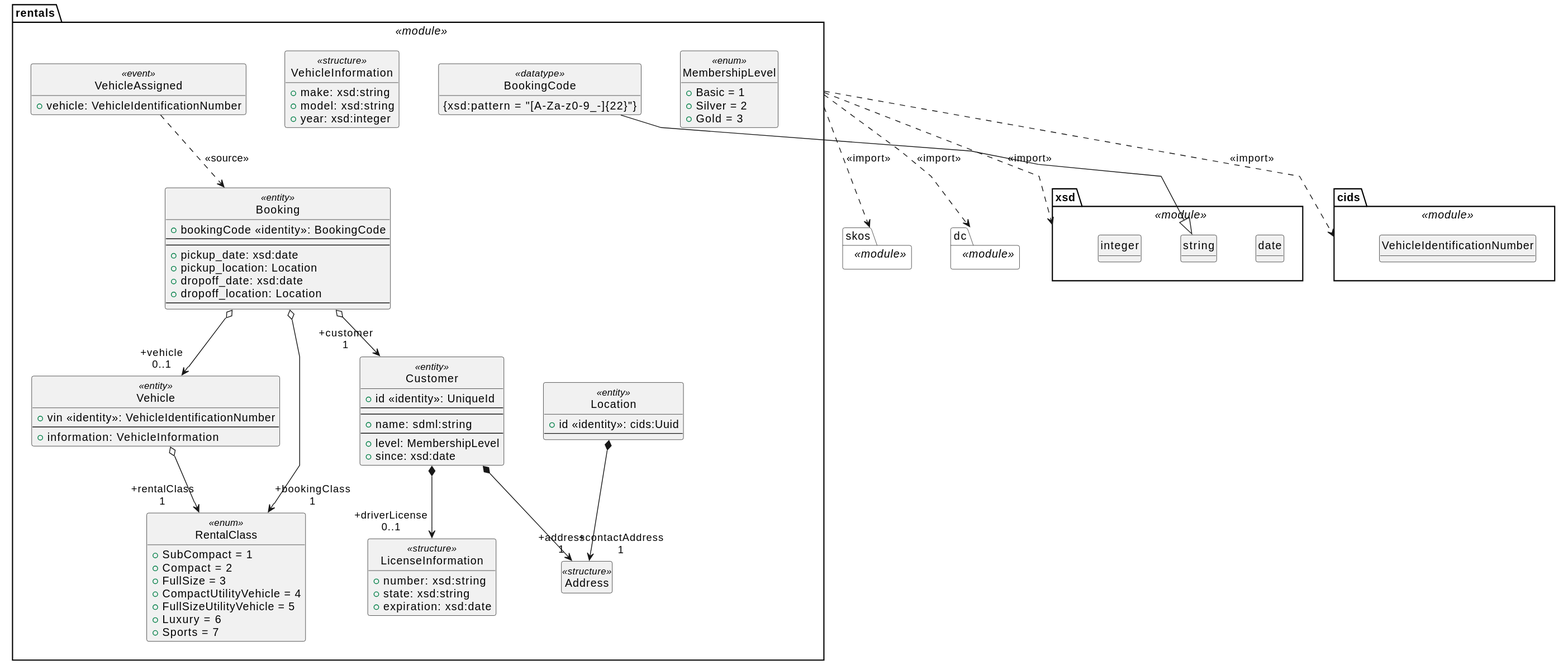
sdm-lang/tree-sitter-sdml keeps this PlantUML diagram as docs/rentals-uml-5.svg. Above is the earlier version.
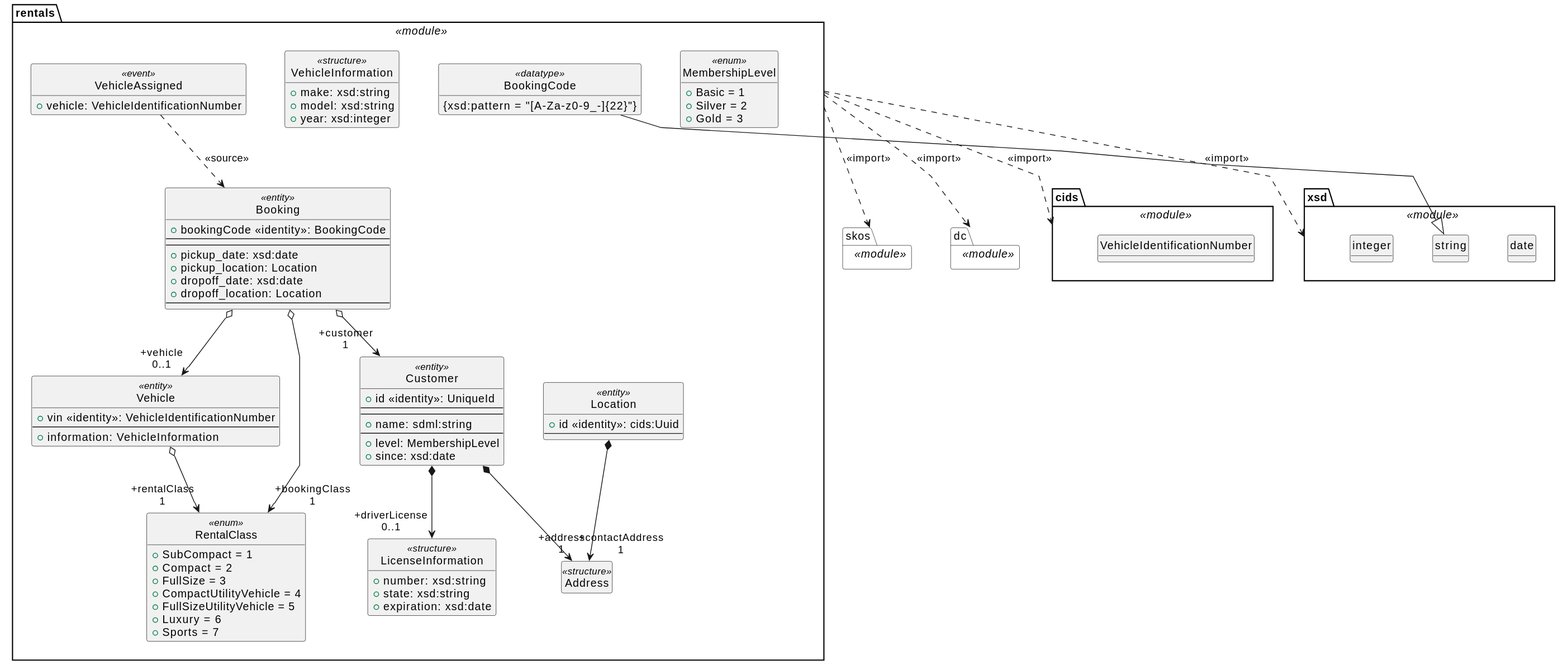
The same diagram one commit later.

What changed in the source:
```diff
@@ -13,17 +13,17 @@
 show << event >> circle
 show << union >> circle
 
-package "xsd" as s_xsd <<module>> #white {
-  class "date" as s_xsd__date
-  class "string" as s_xsd__string
-  class "integer" as s_xsd__integer
+package "cids" as s_cids <<module>> #white {
+  class "VehicleIdentificationNumber" as s_cids__VehicleIdentificationNumber
 }
 
 package "skos" as s_skos <<module>> #white {
 }
 
-package "cids" as s_cids <<module>> #white {
-  class "VehicleIdentificationNumber" as s_cids__VehicleIdentificationNumber
+package "xsd" as s_xsd <<module>> #white {
+  class "date" as s_xsd__date
+  class "string" as s_xsd__string
+  class "integer" as s_xsd__integer
 }
 
 package "dc" as s_dc <<module>> #white {
@@ -114,8 +114,8 @@
   s_VehicleAssigned ..> s_Booking: <<source>>
 }
 
+s_rentals ..> s_cids: <<import>>
+s_rentals ..> s_skos: <<import>>
 s_rentals ..> s_xsd: <<import>>
-s_rentals ..> s_skos: <<import>>
-s_rentals ..> s_cids: <<import>>
 s_rentals ..> s_dc: <<import>>
 @enduml
```
